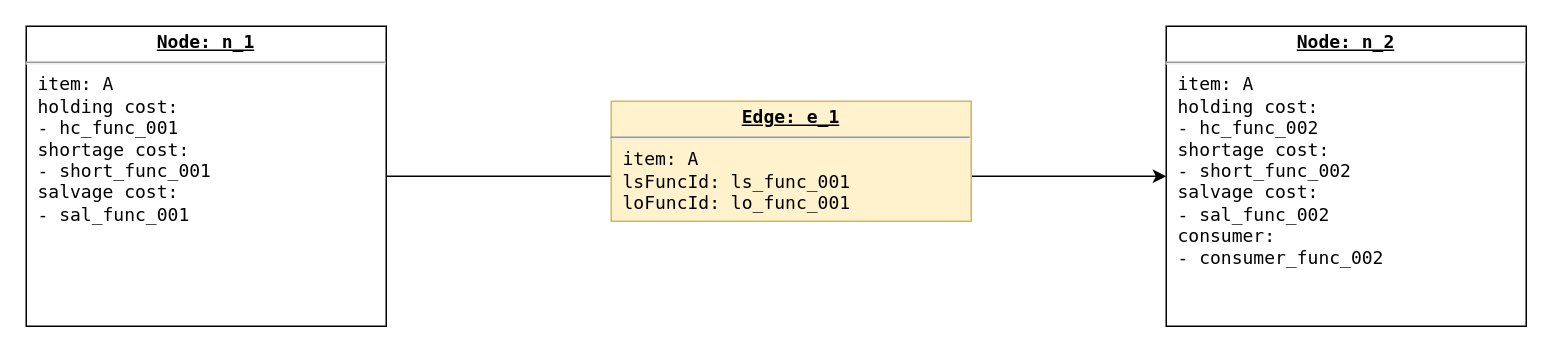
The draw.io diagram page "case_001" (1 of 2) of docs/nodeMap.drawio in uguisu/supply_chain_simulator, before the edit. Source tidied: cells renumbered, new cells numbered last; positions are measured from the earlier drawing's top-left corner, leaving out a move shared by most shapes. Both pictures are drawn from the tidied source at 150%, with x=0, y=0 at pixel (26, 26).
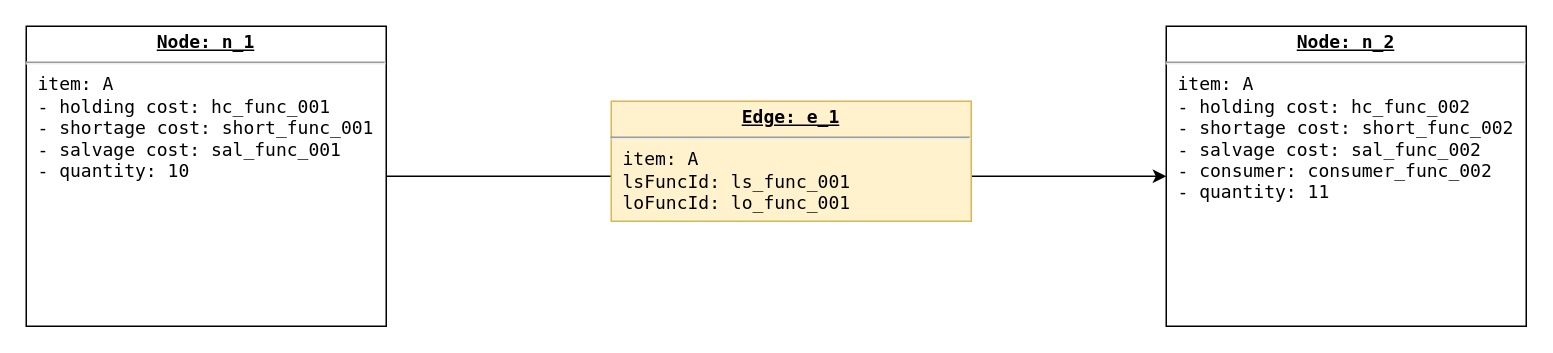
After the change.

Commit message (it also covers changes not shown here):
update: node init quantity test

What changed in the source:
```diff
@@
 <mxGraphModel>
   <root>
     <mxCell id="0" />
     <mxCell id="1" parent="0" />
     <mxCell id="2" style="edgeStyle=orthogonalEdgeStyle;rounded=0;jettySize=auto;html=1;entryX=0;entryY=0.5;entryDx=0;entryDy=0;" parent="1" edge="1" source="3" target="4">
       <mxGeometry relative="1" as="geometry" />
     </mxCell>
-    <mxCell id="3" value="&lt;p style=&quot;margin:0px;margin-top:4px;text-align:center;text-decoration:underline;&quot;&gt;&lt;b&gt;Node: n_1&lt;/b&gt;&lt;/p&gt;&lt;hr&gt;&lt;p style=&quot;margin:0px;margin-left:8px;&quot;&gt;item: A&lt;/p&gt;&lt;p style=&quot;margin:0px;margin-left:8px;&quot;&gt;holding cost:&lt;/p&gt;&lt;p style=&quot;margin:0px;margin-left:8px;&quot;&gt;- hc_func_001&lt;br&gt;shortage cost:&lt;/p&gt;&lt;p style=&quot;margin:0px;margin-left:8px;&quot;&gt;- short_func_001&lt;/p&gt;&lt;p style=&quot;margin:0px;margin-left:8px;&quot;&gt;salvage cost:&lt;br&gt;&lt;/p&gt;&lt;p style=&quot;margin:0px;margin-left:8px;&quot;&gt;- sal_func_001&lt;/p&gt;" style="verticalAlign=top;align=left;overflow=fill;fontSize=12;fontFamily=monaco;html=1;whiteSpace=wrap;" parent="1" vertex="1">
+    <mxCell id="3" value="&lt;p style=&quot;margin:0px;margin-top:4px;text-align:center;text-decoration:underline;&quot;&gt;&lt;b&gt;Node: n_1&lt;/b&gt;&lt;/p&gt;&lt;hr&gt;&lt;p style=&quot;margin:0px;margin-left:8px;&quot;&gt;item: A&lt;/p&gt;&lt;p style=&quot;margin:0px;margin-left:8px;&quot;&gt;- holding cost:&amp;nbsp;&lt;span style=&quot;background-color: initial;&quot;&gt;hc_func_001&lt;/span&gt;&lt;/p&gt;&lt;p style=&quot;margin:0px;margin-left:8px;&quot;&gt;- shortage cost:&lt;span style=&quot;background-color: initial;&quot;&gt;&amp;nbsp;short_func_001&lt;/span&gt;&lt;/p&gt;&lt;p style=&quot;margin:0px;margin-left:8px;&quot;&gt;- salvage cost:&lt;span style=&quot;background-color: initial;&quot;&gt;&amp;nbsp;sal_func_001&lt;/span&gt;&lt;/p&gt;&lt;p style=&quot;margin:0px;margin-left:8px;&quot;&gt;- quantity: 10&lt;br&gt;&lt;/p&gt;" style="verticalAlign=top;align=left;overflow=fill;fontSize=12;fontFamily=monaco;html=1;whiteSpace=wrap;" parent="1" vertex="1">
       <mxGeometry width="240" height="200" as="geometry" />
     </mxCell>
-    <mxCell id="4" value="&lt;p style=&quot;margin:0px;margin-top:4px;text-align:center;text-decoration:underline;&quot;&gt;&lt;b&gt;Node: n_2&lt;/b&gt;&lt;/p&gt;&lt;hr&gt;&lt;p style=&quot;margin:0px;margin-left:8px;&quot;&gt;item: A&lt;/p&gt;&lt;p style=&quot;margin:0px;margin-left:8px;&quot;&gt;holding cost:&lt;/p&gt;&lt;p style=&quot;margin:0px;margin-left:8px;&quot;&gt;- hc_func_002&lt;br&gt;shortage cost:&lt;/p&gt;&lt;p style=&quot;margin:0px;margin-left:8px;&quot;&gt;- short_func_002&lt;/p&gt;&lt;p style=&quot;margin:0px;margin-left:8px;&quot;&gt;salvage cost:&lt;br&gt;&lt;/p&gt;&lt;p style=&quot;margin:0px;margin-left:8px;&quot;&gt;- sal_func_002&lt;/p&gt;&lt;p style=&quot;margin:0px;margin-left:8px;&quot;&gt;consumer:&lt;br&gt;&lt;/p&gt;&lt;p style=&quot;margin:0px;margin-left:8px;&quot;&gt;- consumer_func_002&lt;/p&gt;" style="verticalAlign=top;align=left;overflow=fill;fontSize=12;fontFamily=monaco;html=1;whiteSpace=wrap;" parent="1" vertex="1">
+    <mxCell id="4" value="&lt;p style=&quot;margin:0px;margin-top:4px;text-align:center;text-decoration:underline;&quot;&gt;&lt;b&gt;Node: n_2&lt;/b&gt;&lt;/p&gt;&lt;hr&gt;&lt;p style=&quot;margin:0px;margin-left:8px;&quot;&gt;item: A&lt;/p&gt;&lt;p style=&quot;margin:0px;margin-left:8px;&quot;&gt;- holding cost:&amp;nbsp;&lt;span style=&quot;background-color: initial;&quot;&gt;hc_func_002&lt;/span&gt;&lt;/p&gt;&lt;p style=&quot;margin:0px;margin-left:8px;&quot;&gt;- shortage cost:&amp;nbsp;&lt;span style=&quot;background-color: initial;&quot;&gt;short_func_002&lt;/span&gt;&lt;/p&gt;&lt;p style=&quot;margin:0px;margin-left:8px;&quot;&gt;- salvage cost:&amp;nbsp;&lt;span style=&quot;background-color: initial;&quot;&gt;sal_func_002&lt;/span&gt;&lt;/p&gt;&lt;p style=&quot;margin:0px;margin-left:8px;&quot;&gt;- consumer:&amp;nbsp;&lt;span style=&quot;background-color: initial;&quot;&gt;consumer_func_002&lt;/span&gt;&lt;/p&gt;&lt;p style=&quot;margin:0px;margin-left:8px;&quot;&gt;- quantity: 11&lt;br&gt;&lt;/p&gt;" style="verticalAlign=top;align=left;overflow=fill;fontSize=12;fontFamily=monaco;html=1;whiteSpace=wrap;" parent="1" vertex="1">
       <mxGeometry x="760" width="240" height="200" as="geometry" />
     </mxCell>
     <mxCell id="5" value="&lt;p style=&quot;margin:0px;margin-top:4px;text-align:center;text-decoration:underline;&quot;&gt;&lt;b&gt;Edge: e_1&lt;/b&gt;&lt;/p&gt;&lt;hr&gt;&lt;p style=&quot;margin:0px;margin-left:8px;&quot;&gt;item: A&lt;/p&gt;&lt;p style=&quot;margin:0px;margin-left:8px;&quot;&gt;lsFuncId: ls_func_001&lt;br&gt;&lt;/p&gt;&lt;p style=&quot;margin:0px;margin-left:8px;&quot;&gt;loFuncId: lo_func_001&lt;/p&gt;" style="verticalAlign=top;align=left;overflow=fill;fontSize=12;fontFamily=monaco;html=1;whiteSpace=wrap;fillColor=#fff2cc;strokeColor=#d6b656;" parent="1" vertex="1">
       <mxGeometry x="390" y="50" width="240" height="80" as="geometry" />
     </mxCell>
   </root>
 </mxGraphModel>
```
